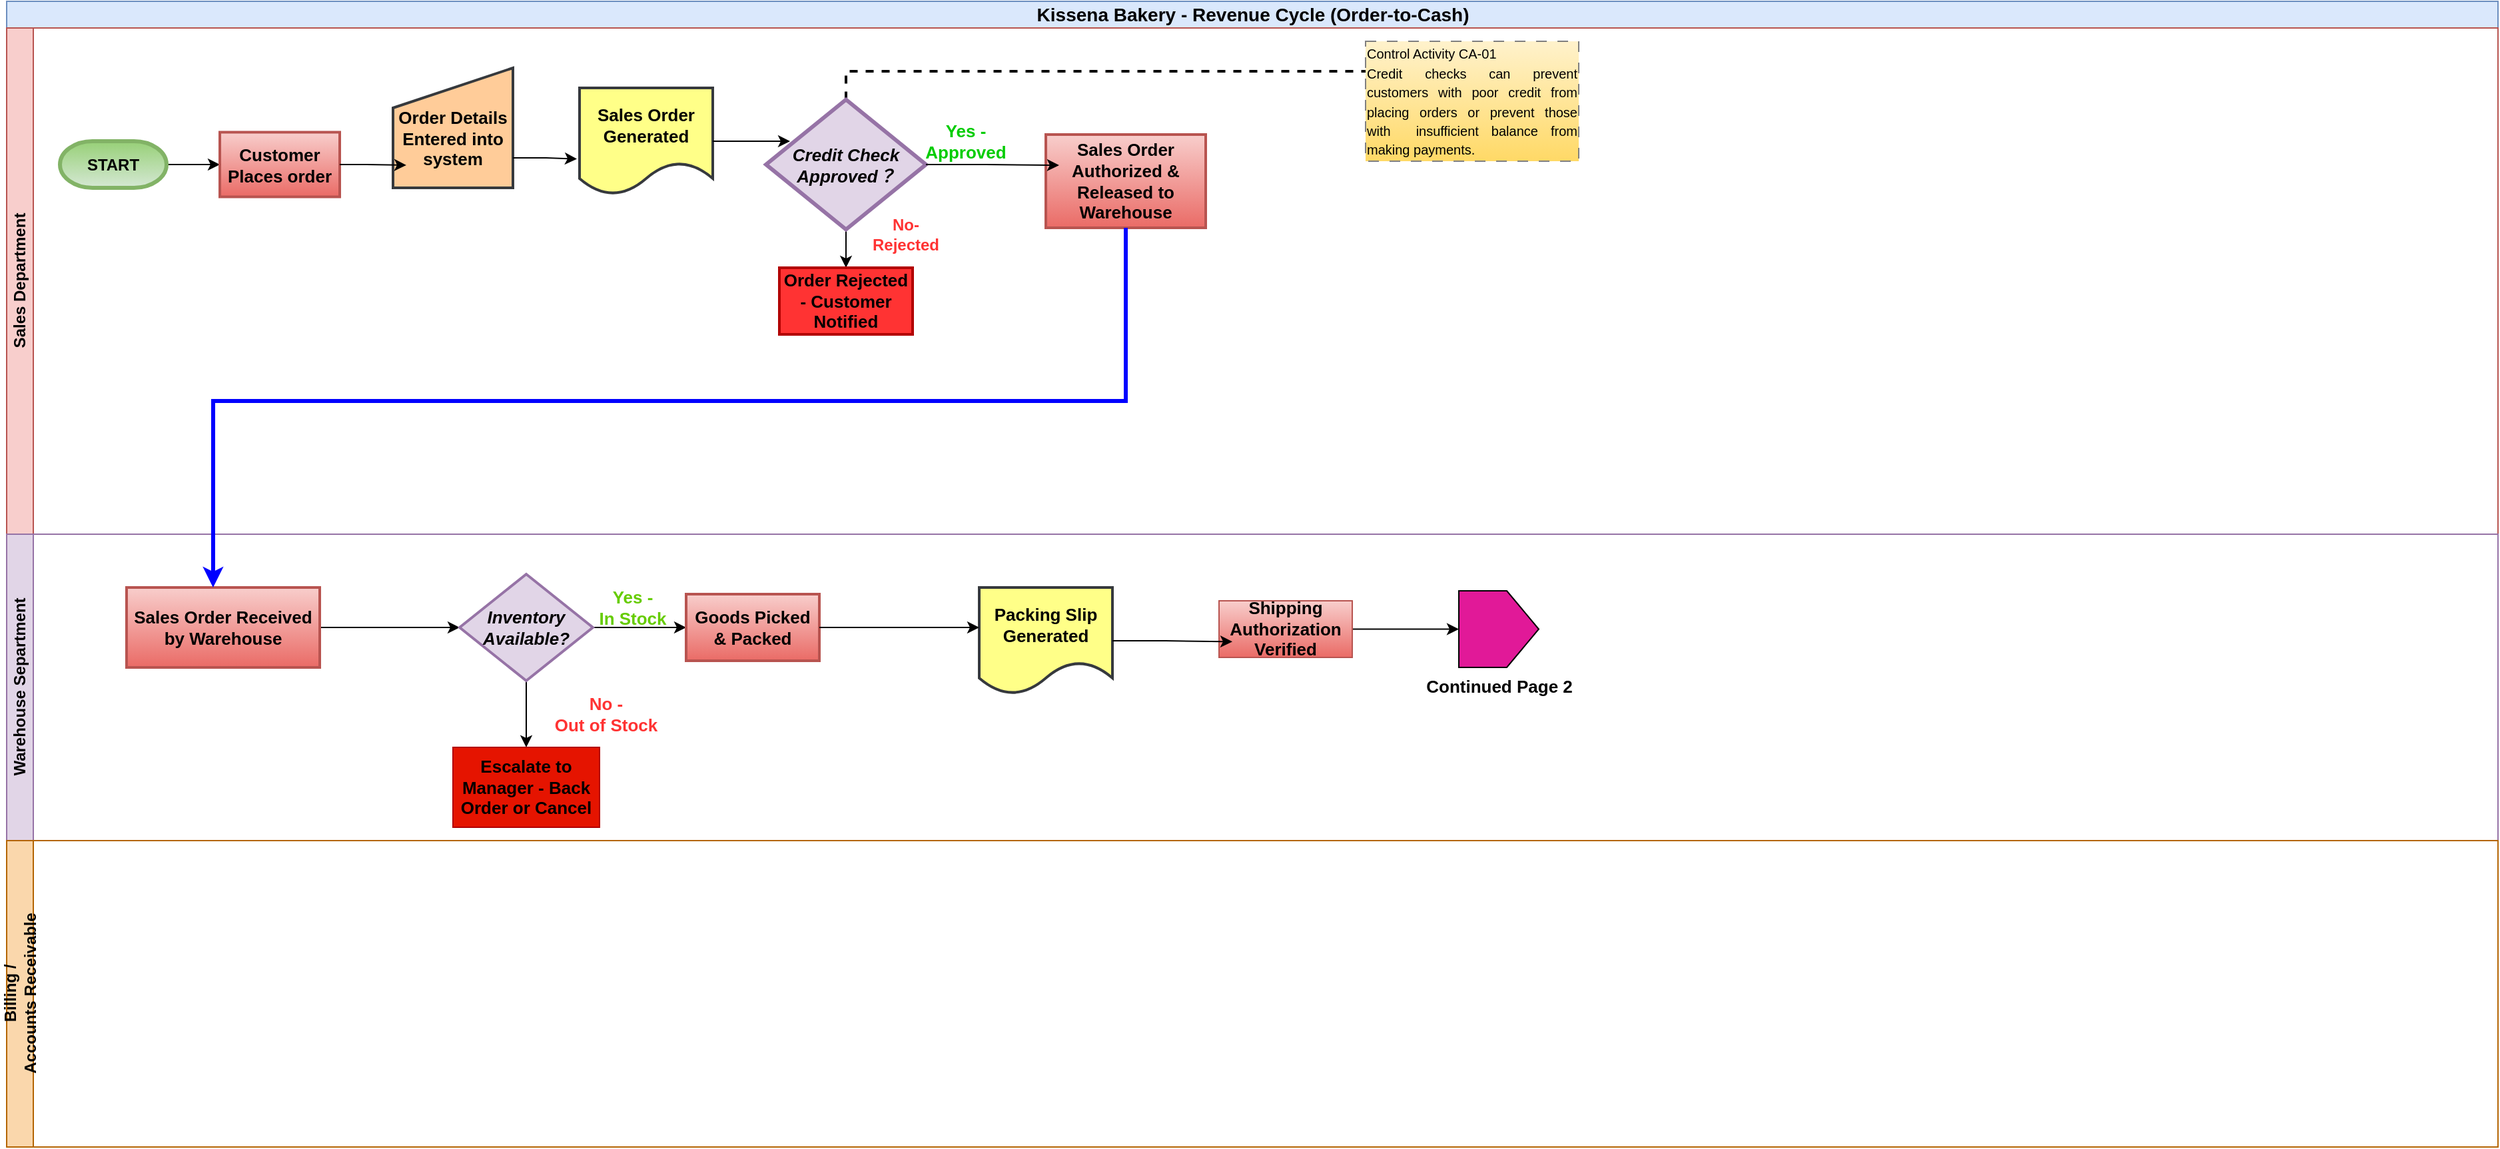
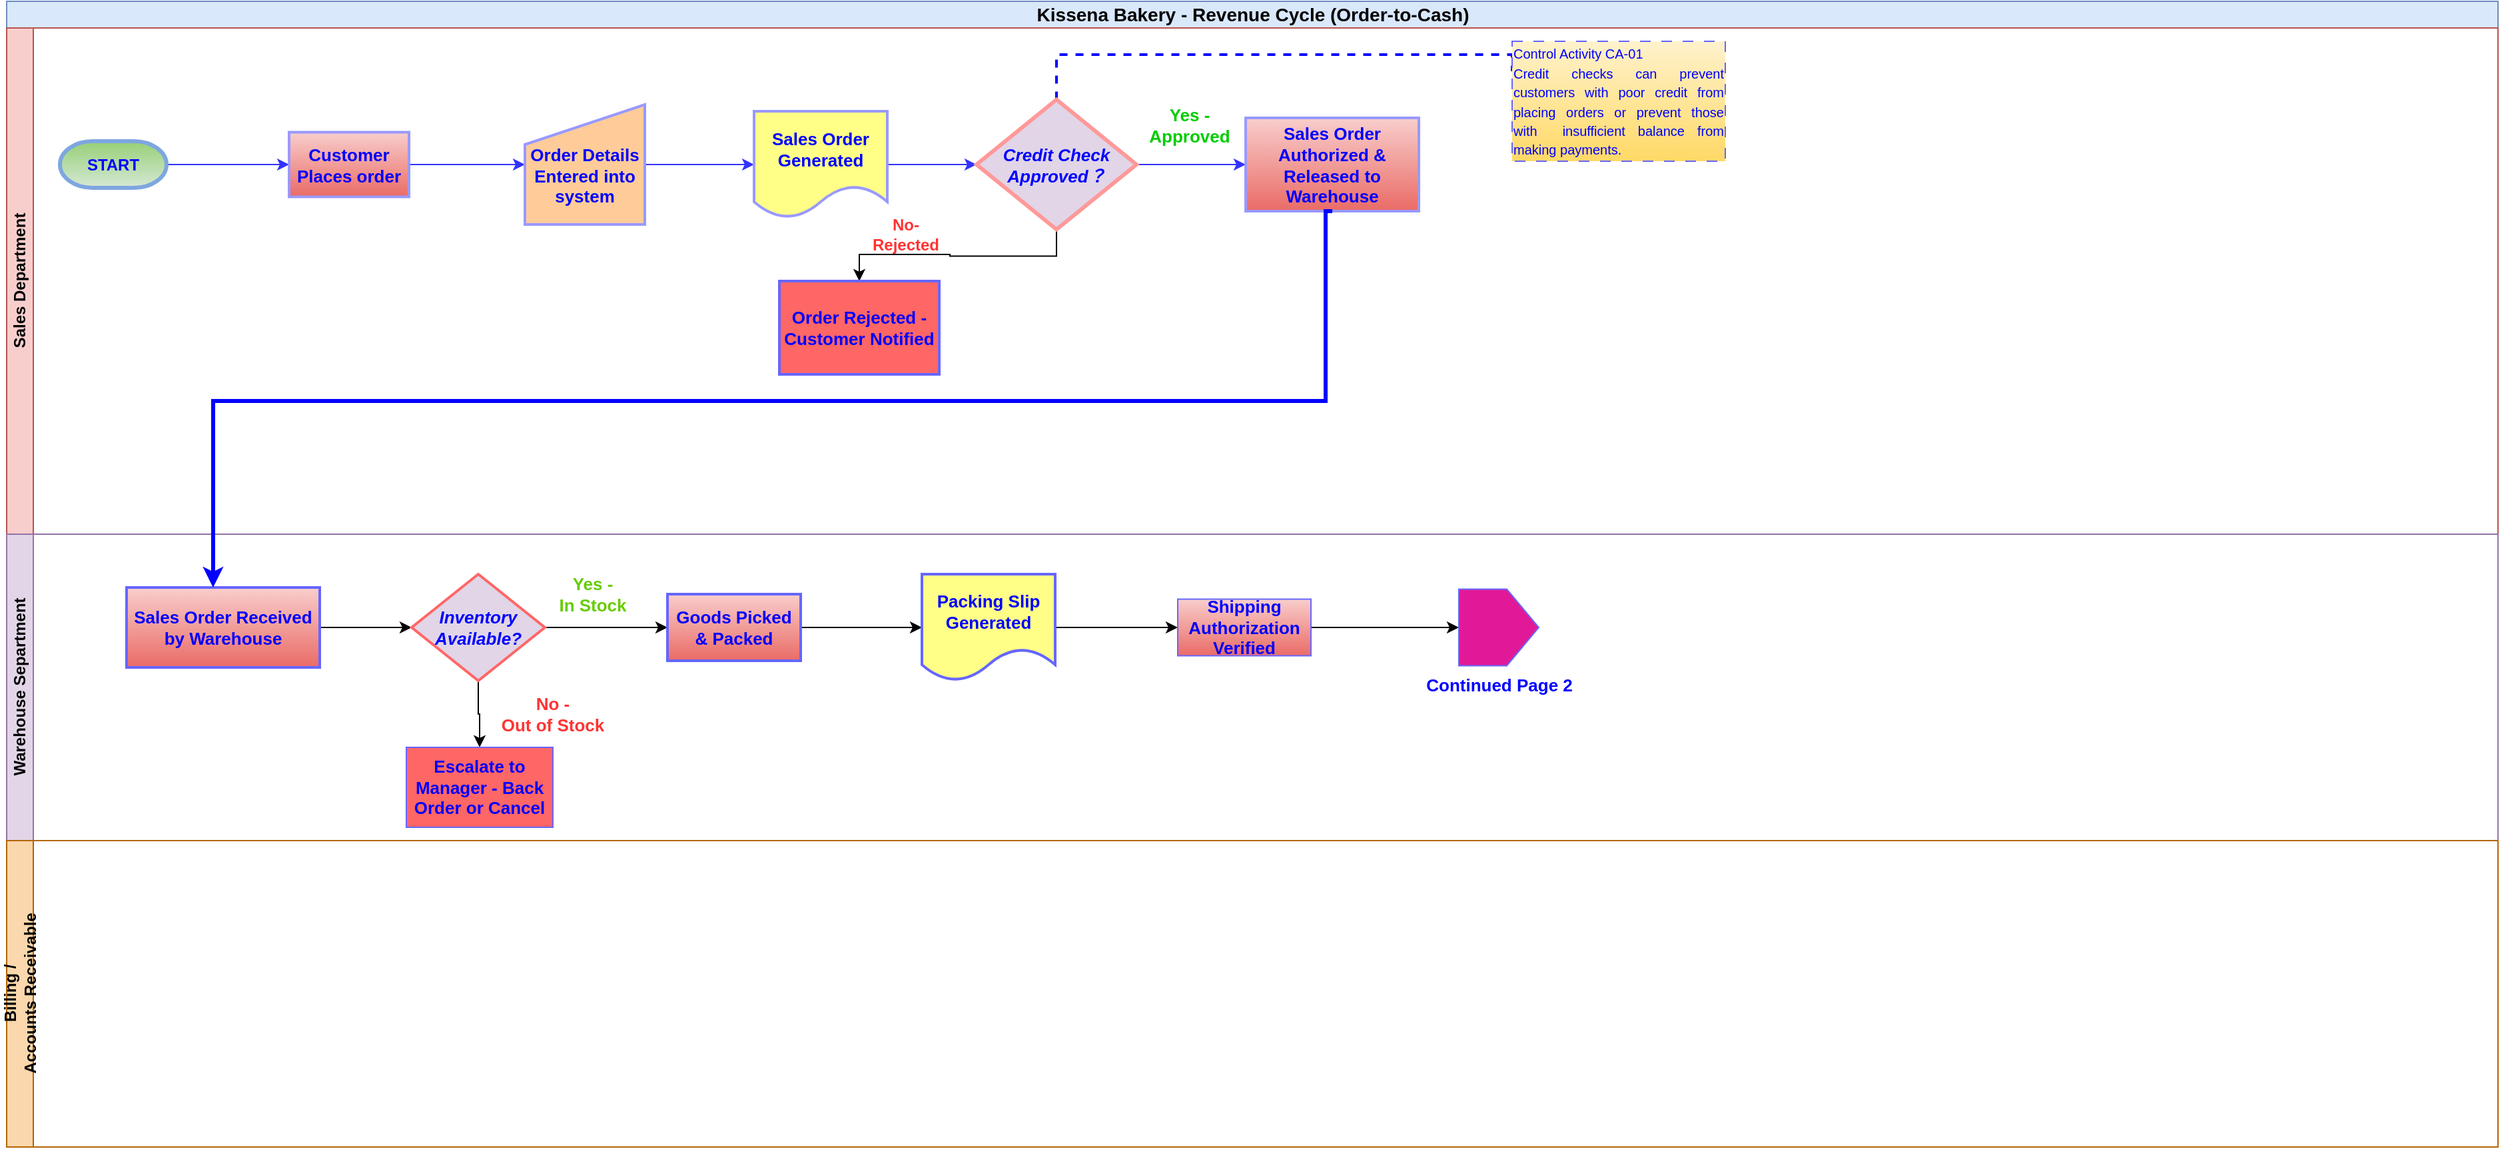
- <mxfile host="app.diagrams.net" agent="Mozilla/5.0 (Windows NT 10.0; Win64; x64) AppleWebKit/537.36 (KHTML, like Gecko) Chrome/145.0.0.0 Safari/537.36" version="29.6.1" pages="2">
+ <mxfile host="app.diagrams.net" agent="Mozilla/5.0 (Windows NT 10.0; Win64; x64) AppleWebKit/537.36 (KHTML, like Gecko) Chrome/145.0.0.0 Safari/537.36" version="29.6.3" pages="2">
  <diagram name="Page-1" id="klMabU_GDppZGB9yFFRy">
-     <mxGraphModel dx="2431" dy="874" grid="1" gridSize="10" guides="1" tooltips="1" connect="1" arrows="1" fold="1" page="1" pageScale="1" pageWidth="1100" pageHeight="850" math="0" shadow="0">
+     <mxGraphModel dx="3178" dy="1143" grid="1" gridSize="10" guides="1" tooltips="1" connect="1" arrows="1" fold="1" page="1" pageScale="1" pageWidth="1100" pageHeight="850" math="0" shadow="0">
      <root>
        <mxCell id="0" />
        <mxCell id="1" parent="0" />
        <mxCell id="0vQu63eh7_hz7IOFjZfk-1" parent="1" style="swimlane;childLayout=stackLayout;resizeParent=1;resizeParentMax=0;horizontal=1;startSize=20;horizontalStack=0;html=1;fillColor=#dae8fc;strokeColor=#6c8ebf;" value="&lt;div style=&quot;text-align: start;&quot;&gt;&lt;font style=&quot;font-size: 14px;&quot;&gt;Kissena Bakery - Revenue Cycle (Order-to-Cash)&lt;/font&gt;&lt;/div&gt;" vertex="1">
          <mxGeometry height="20" width="1870" x="80" y="30" as="geometry" />
        </mxCell>
        <mxCell id="0vQu63eh7_hz7IOFjZfk-2" parent="1" style="swimlane;startSize=20;horizontal=0;html=1;fillColor=#f8cecc;strokeColor=#b85450;" value="Sales Department" vertex="1">
          <mxGeometry height="380" width="1870" x="80" y="50" as="geometry">
            <mxRectangle height="30" width="610" y="20" as="alternateBounds" />
          </mxGeometry>
        </mxCell>
-         <mxCell id="0vQu63eh7_hz7IOFjZfk-43" edge="1" parent="0vQu63eh7_hz7IOFjZfk-2" source="0vQu63eh7_hz7IOFjZfk-10" style="edgeStyle=orthogonalEdgeStyle;rounded=0;orthogonalLoop=1;jettySize=auto;html=1;exitX=0;exitY=0.5;exitDx=0;exitDy=0;exitPerimeter=0;entryX=0;entryY=0.5;entryDx=0;entryDy=0;" target="0vQu63eh7_hz7IOFjZfk-15">
-           <mxGeometry relative="1" as="geometry" />
-         </mxCell>
-         <mxCell id="0vQu63eh7_hz7IOFjZfk-10" parent="0vQu63eh7_hz7IOFjZfk-2" style="strokeWidth=3;html=1;shape=mxgraph.flowchart.terminator;whiteSpace=wrap;direction=west;fillColor=#d5e8d4;gradientColor=#97d077;strokeColor=#82b366;" value="&lt;b&gt;START&lt;/b&gt;" vertex="1">
+         <mxCell id="0vQu63eh7_hz7IOFjZfk-43" edge="1" parent="0vQu63eh7_hz7IOFjZfk-2" source="0vQu63eh7_hz7IOFjZfk-10" style="edgeStyle=orthogonalEdgeStyle;rounded=0;orthogonalLoop=1;jettySize=auto;html=1;exitX=0;exitY=0.5;exitDx=0;exitDy=0;exitPerimeter=0;entryX=0;entryY=0.5;entryDx=0;entryDy=0;strokeColor=#3333FF;" target="0vQu63eh7_hz7IOFjZfk-15">
+           <mxGeometry relative="1" as="geometry" />
+         </mxCell>
+         <mxCell id="0vQu63eh7_hz7IOFjZfk-10" parent="0vQu63eh7_hz7IOFjZfk-2" style="strokeWidth=3;html=1;shape=mxgraph.flowchart.terminator;whiteSpace=wrap;direction=west;fillColor=#d5e8d4;gradientColor=#97d077;strokeColor=#7EA6E0;" value="&lt;b&gt;&lt;font style=&quot;color: rgb(0, 0, 255);&quot;&gt;START&lt;/font&gt;&lt;/b&gt;" vertex="1">
          <mxGeometry height="35" width="80" x="40" y="85" as="geometry" />
        </mxCell>
-         <mxCell id="0vQu63eh7_hz7IOFjZfk-15" parent="0vQu63eh7_hz7IOFjZfk-2" style="html=1;dashed=0;whiteSpace=wrap;strokeWidth=2;fillColor=#f8cecc;strokeColor=#b85450;gradientColor=#ea6b66;" value="&lt;font style=&quot;font-size: 13px;&quot;&gt;&lt;b&gt;Customer Places order&lt;/b&gt;&lt;/font&gt;" vertex="1">
-           <mxGeometry height="48.5" width="90" x="160" y="78.25" as="geometry" />
-         </mxCell>
-         <mxCell id="0vQu63eh7_hz7IOFjZfk-20" parent="0vQu63eh7_hz7IOFjZfk-2" style="shape=manualInput;whiteSpace=wrap;html=1;align=center;fillColor=#ffcc99;strokeColor=#36393d;strokeWidth=2;" value="&lt;div style=&quot;&quot;&gt;&lt;span style=&quot;background-color: transparent; color: light-dark(rgb(0, 0, 0), rgb(255, 255, 255));&quot;&gt;&lt;b&gt;&lt;font style=&quot;font-size: 13px;&quot;&gt;&lt;br&gt;&lt;/font&gt;&lt;/b&gt;&lt;/span&gt;&lt;/div&gt;&lt;div style=&quot;&quot;&gt;&lt;span style=&quot;background-color: transparent; color: light-dark(rgb(0, 0, 0), rgb(255, 255, 255));&quot;&gt;&lt;b&gt;&lt;font style=&quot;font-size: 13px;&quot;&gt;Order Details Entered into system&lt;/font&gt;&lt;/b&gt;&lt;/span&gt;&lt;/div&gt;" vertex="1">
-           <mxGeometry height="90" width="90" x="290" y="30" as="geometry" />
+         <mxCell id="46-Umk2mzS9Czotzx1H9-2" edge="1" parent="0vQu63eh7_hz7IOFjZfk-2" source="0vQu63eh7_hz7IOFjZfk-15" style="edgeStyle=orthogonalEdgeStyle;rounded=0;orthogonalLoop=1;jettySize=auto;html=1;exitX=1;exitY=0.5;exitDx=0;exitDy=0;entryX=0;entryY=0.5;entryDx=0;entryDy=0;strokeColor=#3333FF;" target="0vQu63eh7_hz7IOFjZfk-20">
+           <mxGeometry relative="1" as="geometry" />
+         </mxCell>
+         <mxCell id="0vQu63eh7_hz7IOFjZfk-15" parent="0vQu63eh7_hz7IOFjZfk-2" style="html=1;dashed=0;whiteSpace=wrap;strokeWidth=2;fillColor=#f8cecc;strokeColor=#9999FF;gradientColor=#ea6b66;" value="&lt;font style=&quot;font-size: 13px; color: rgb(0, 0, 255);&quot;&gt;&lt;b style=&quot;&quot;&gt;Customer Places order&lt;/b&gt;&lt;/font&gt;" vertex="1">
+           <mxGeometry height="48.5" width="90" x="212" y="78.25" as="geometry" />
+         </mxCell>
+         <mxCell id="46-Umk2mzS9Czotzx1H9-3" edge="1" parent="0vQu63eh7_hz7IOFjZfk-2" source="0vQu63eh7_hz7IOFjZfk-20" style="edgeStyle=orthogonalEdgeStyle;rounded=0;orthogonalLoop=1;jettySize=auto;html=1;exitX=1;exitY=0.5;exitDx=0;exitDy=0;entryX=0;entryY=0.5;entryDx=0;entryDy=0;strokeColor=#3333FF;" target="0vQu63eh7_hz7IOFjZfk-30">
+           <mxGeometry relative="1" as="geometry" />
+         </mxCell>
+         <mxCell id="0vQu63eh7_hz7IOFjZfk-20" parent="0vQu63eh7_hz7IOFjZfk-2" style="shape=manualInput;whiteSpace=wrap;html=1;align=center;fillColor=#ffcc99;strokeColor=#9999FF;strokeWidth=2;" value="&lt;div style=&quot;&quot;&gt;&lt;span style=&quot;background-color: transparent;&quot;&gt;&lt;b style=&quot;&quot;&gt;&lt;font style=&quot;font-size: 13px; color: rgb(0, 0, 255);&quot;&gt;&lt;br&gt;&lt;/font&gt;&lt;/b&gt;&lt;/span&gt;&lt;/div&gt;&lt;div style=&quot;&quot;&gt;&lt;span style=&quot;background-color: transparent;&quot;&gt;&lt;b style=&quot;&quot;&gt;&lt;font style=&quot;font-size: 13px; color: rgb(0, 0, 255);&quot;&gt;Order Details Entered into system&lt;/font&gt;&lt;/b&gt;&lt;/span&gt;&lt;/div&gt;" vertex="1">
+           <mxGeometry height="90" width="90" x="389" y="57.5" as="geometry" />
        </mxCell>
        <mxCell id="0vQu63eh7_hz7IOFjZfk-35" edge="1" parent="0vQu63eh7_hz7IOFjZfk-2" style="edgeStyle=orthogonalEdgeStyle;rounded=0;orthogonalLoop=1;jettySize=auto;html=1;exitX=0;exitY=0.5;exitDx=0;exitDy=0;">
          <mxGeometry relative="1" as="geometry">
            <mxPoint x="410" y="105" as="sourcePoint" />
            <mxPoint x="410" y="105" as="targetPoint" />
          </mxGeometry>
        </mxCell>
-         <mxCell id="0vQu63eh7_hz7IOFjZfk-30" parent="0vQu63eh7_hz7IOFjZfk-2" style="shape=document;whiteSpace=wrap;html=1;boundedLbl=1;strokeWidth=2;fillColor=#ffff88;strokeColor=#36393d;" value="&lt;font style=&quot;font-size: 13px;&quot;&gt;&lt;b&gt;Sales Order Generated&lt;/b&gt;&lt;/font&gt;" vertex="1">
-           <mxGeometry height="80" width="100" x="430" y="45" as="geometry" />
-         </mxCell>
-         <mxCell id="pGH0SQg9JUakCyH8bkGQ-28" edge="1" parent="0vQu63eh7_hz7IOFjZfk-2" source="0vQu63eh7_hz7IOFjZfk-34" style="edgeStyle=orthogonalEdgeStyle;rounded=0;orthogonalLoop=1;jettySize=auto;html=1;exitX=0.5;exitY=0;exitDx=0;exitDy=0;entryX=0;entryY=0.25;entryDx=0;entryDy=0;endArrow=none;endFill=0;dashed=1;strokeWidth=2;" target="pGH0SQg9JUakCyH8bkGQ-23">
-           <mxGeometry relative="1" as="geometry" />
+         <mxCell id="46-Umk2mzS9Czotzx1H9-4" edge="1" parent="0vQu63eh7_hz7IOFjZfk-2" source="0vQu63eh7_hz7IOFjZfk-30" style="edgeStyle=orthogonalEdgeStyle;rounded=0;orthogonalLoop=1;jettySize=auto;html=1;exitX=1;exitY=0.5;exitDx=0;exitDy=0;entryX=0;entryY=0.5;entryDx=0;entryDy=0;strokeColor=#3333FF;" target="0vQu63eh7_hz7IOFjZfk-34">
+           <mxGeometry relative="1" as="geometry" />
+         </mxCell>
+         <mxCell id="0vQu63eh7_hz7IOFjZfk-30" parent="0vQu63eh7_hz7IOFjZfk-2" style="shape=document;whiteSpace=wrap;html=1;boundedLbl=1;strokeWidth=2;fillColor=#ffff88;strokeColor=#9999FF;" value="&lt;font style=&quot;font-size: 13px; color: rgb(0, 0, 255);&quot;&gt;&lt;b&gt;Sales Order Generated&lt;/b&gt;&lt;/font&gt;" vertex="1">
+           <mxGeometry height="80" width="100" x="561" y="62.5" as="geometry" />
+         </mxCell>
+         <mxCell id="pGH0SQg9JUakCyH8bkGQ-28" edge="1" parent="0vQu63eh7_hz7IOFjZfk-2" source="0vQu63eh7_hz7IOFjZfk-34" style="edgeStyle=orthogonalEdgeStyle;rounded=0;orthogonalLoop=1;jettySize=auto;html=1;exitX=0.5;exitY=0;exitDx=0;exitDy=0;entryX=0;entryY=0.25;entryDx=0;entryDy=0;endArrow=none;endFill=0;dashed=1;strokeWidth=2;strokeColor=#0000FF;" target="pGH0SQg9JUakCyH8bkGQ-23">
+           <mxGeometry relative="1" as="geometry">
+             <Array as="points">
+               <mxPoint x="788" y="20" />
+               <mxPoint x="1130" y="20" />
+             </Array>
+           </mxGeometry>
        </mxCell>
        <mxCell id="DywWvH4VDf4e1SjyT3sU-2" edge="1" parent="0vQu63eh7_hz7IOFjZfk-2" source="0vQu63eh7_hz7IOFjZfk-34" style="edgeStyle=orthogonalEdgeStyle;rounded=0;orthogonalLoop=1;jettySize=auto;html=1;exitX=0.5;exitY=1;exitDx=0;exitDy=0;entryX=0.5;entryY=0;entryDx=0;entryDy=0;" target="0vQu63eh7_hz7IOFjZfk-65">
          <mxGeometry relative="1" as="geometry" />
        </mxCell>
-         <mxCell id="0vQu63eh7_hz7IOFjZfk-34" parent="0vQu63eh7_hz7IOFjZfk-2" style="rhombus;whiteSpace=wrap;html=1;fillColor=#e1d5e7;strokeColor=#9673a6;strokeWidth=3;" value="&lt;font style=&quot;font-size: 13px;&quot;&gt;&lt;b&gt;&lt;i&gt;Credit Check Approved？&lt;/i&gt;&lt;/b&gt;&lt;/font&gt;" vertex="1">
-           <mxGeometry height="97.5" width="120" x="570" y="53.75" as="geometry" />
+         <mxCell id="46-Umk2mzS9Czotzx1H9-5" edge="1" parent="0vQu63eh7_hz7IOFjZfk-2" source="0vQu63eh7_hz7IOFjZfk-34" style="edgeStyle=orthogonalEdgeStyle;rounded=0;orthogonalLoop=1;jettySize=auto;html=1;exitX=1;exitY=0.5;exitDx=0;exitDy=0;entryX=0;entryY=0.5;entryDx=0;entryDy=0;strokeColor=#3333FF;" target="0vQu63eh7_hz7IOFjZfk-67">
+           <mxGeometry relative="1" as="geometry" />
+         </mxCell>
+         <mxCell id="0vQu63eh7_hz7IOFjZfk-34" parent="0vQu63eh7_hz7IOFjZfk-2" style="rhombus;whiteSpace=wrap;html=1;fillColor=#e1d5e7;strokeColor=#FF9999;strokeWidth=3;" value="&lt;font style=&quot;font-size: 13px; color: rgb(0, 0, 255);&quot;&gt;&lt;b&gt;&lt;i&gt;Credit Check Approved？&lt;/i&gt;&lt;/b&gt;&lt;/font&gt;" vertex="1">
+           <mxGeometry height="97.5" width="120" x="728" y="53.75" as="geometry" />
        </mxCell>
        <mxCell id="0vQu63eh7_hz7IOFjZfk-60" parent="0vQu63eh7_hz7IOFjZfk-2" style="text;html=1;whiteSpace=wrap;strokeColor=none;fillColor=none;align=center;verticalAlign=middle;rounded=0;fontColor=#00CC00;" value="&lt;font style=&quot;font-size: 13px;&quot;&gt;&lt;b style=&quot;&quot;&gt;Yes - Approved&lt;/b&gt;&lt;/font&gt;" vertex="1">
-           <mxGeometry height="30" width="80" x="680" y="70" as="geometry" />
-         </mxCell>
-         <mxCell id="0vQu63eh7_hz7IOFjZfk-65" parent="0vQu63eh7_hz7IOFjZfk-2" style="html=1;dashed=0;whiteSpace=wrap;strokeWidth=2;fillColor=light-dark(#FF3333,#FF9281);strokeColor=#B20000;fontColor=#ffffff;fontStyle=1" value="&lt;font style=&quot;font-size: 13px; color: rgb(0, 0, 0);&quot;&gt;&lt;span&gt;Order Rejected - Customer Notified&lt;/span&gt;&lt;/font&gt;" vertex="1">
-           <mxGeometry height="50" width="100" x="580" y="180" as="geometry" />
-         </mxCell>
-         <mxCell id="0vQu63eh7_hz7IOFjZfk-67" parent="0vQu63eh7_hz7IOFjZfk-2" style="html=1;dashed=0;whiteSpace=wrap;fillColor=#f8cecc;gradientColor=#ea6b66;strokeColor=#b85450;strokeWidth=2;" value="&lt;font style=&quot;font-size: 13px;&quot;&gt;&lt;b&gt;Sales Order Authorized &amp;amp; Released to Warehouse&lt;/b&gt;&lt;/font&gt;" vertex="1">
-           <mxGeometry height="70" width="120" x="780" y="80" as="geometry" />
-         </mxCell>
-         <mxCell id="pGH0SQg9JUakCyH8bkGQ-5" edge="1" parent="0vQu63eh7_hz7IOFjZfk-2" source="0vQu63eh7_hz7IOFjZfk-20" style="edgeStyle=orthogonalEdgeStyle;rounded=0;orthogonalLoop=1;jettySize=auto;html=1;exitX=1;exitY=0.75;exitDx=0;exitDy=0;entryX=-0.02;entryY=0.666;entryDx=0;entryDy=0;entryPerimeter=0;" target="0vQu63eh7_hz7IOFjZfk-30">
-           <mxGeometry relative="1" as="geometry" />
-         </mxCell>
-         <mxCell id="pGH0SQg9JUakCyH8bkGQ-8" edge="1" parent="0vQu63eh7_hz7IOFjZfk-2" source="0vQu63eh7_hz7IOFjZfk-34" style="edgeStyle=orthogonalEdgeStyle;rounded=0;orthogonalLoop=1;jettySize=auto;html=1;exitX=1;exitY=0.5;exitDx=0;exitDy=0;entryX=0.083;entryY=0.329;entryDx=0;entryDy=0;entryPerimeter=0;" target="0vQu63eh7_hz7IOFjZfk-67">
-           <mxGeometry relative="1" as="geometry" />
-         </mxCell>
-         <mxCell id="pGH0SQg9JUakCyH8bkGQ-14" edge="1" parent="0vQu63eh7_hz7IOFjZfk-2" source="0vQu63eh7_hz7IOFjZfk-30" style="edgeStyle=orthogonalEdgeStyle;rounded=0;orthogonalLoop=1;jettySize=auto;html=1;exitX=1;exitY=0.5;exitDx=0;exitDy=0;entryX=0.15;entryY=0.321;entryDx=0;entryDy=0;entryPerimeter=0;" target="0vQu63eh7_hz7IOFjZfk-34">
-           <mxGeometry relative="1" as="geometry" />
-         </mxCell>
-         <mxCell id="pGH0SQg9JUakCyH8bkGQ-21" edge="1" parent="0vQu63eh7_hz7IOFjZfk-2" source="0vQu63eh7_hz7IOFjZfk-15" style="edgeStyle=orthogonalEdgeStyle;rounded=0;orthogonalLoop=1;jettySize=auto;html=1;exitX=1;exitY=0.5;exitDx=0;exitDy=0;entryX=0.111;entryY=0.811;entryDx=0;entryDy=0;entryPerimeter=0;" target="0vQu63eh7_hz7IOFjZfk-20">
-           <mxGeometry relative="1" as="geometry" />
-         </mxCell>
-         <mxCell id="pGH0SQg9JUakCyH8bkGQ-23" parent="0vQu63eh7_hz7IOFjZfk-2" style="html=1;dashed=1;whiteSpace=wrap;dashPattern=8 8;fillColor=#fff2cc;gradientColor=#ffd966;strokeColor=light-dark(#808080,#6D5100);strokeWidth=1;" value="&lt;div style=&quot;text-align: justify;&quot;&gt;&lt;span style=&quot;font-size: 10px; background-color: transparent; color: light-dark(rgb(0, 0, 0), rgb(255, 255, 255));&quot;&gt;Control Activity&amp;nbsp;CA-01&lt;/span&gt;&lt;/div&gt;&lt;font style=&quot;&quot;&gt;&lt;div style=&quot;text-align: justify;&quot;&gt;&lt;span style=&quot;font-size: 10px; background-color: transparent; color: light-dark(rgb(0, 0, 0), rgb(255, 255, 255));&quot;&gt;Credit checks can prevent customers with poor credit from placing orders or prevent those with&amp;nbsp; insufficient balance from making payments.&lt;/span&gt;&lt;/div&gt;&lt;/font&gt;" vertex="1">
-           <mxGeometry height="90" width="160" x="1020" y="10" as="geometry" />
+           <mxGeometry height="30" width="80" x="848" y="57.5" as="geometry" />
+         </mxCell>
+         <mxCell id="0vQu63eh7_hz7IOFjZfk-65" parent="0vQu63eh7_hz7IOFjZfk-2" style="html=1;dashed=0;whiteSpace=wrap;strokeWidth=2;fillColor=light-dark(#FF6666,#FF3333);strokeColor=#6666FF;fontColor=#ffffff;fontStyle=1" value="&lt;font style=&quot;font-size: 13px; color: rgb(0, 0, 255);&quot;&gt;Order Rejected - Customer Notified&lt;/font&gt;" vertex="1">
+           <mxGeometry height="70" width="120" x="580" y="190" as="geometry" />
+         </mxCell>
+         <mxCell id="0vQu63eh7_hz7IOFjZfk-67" parent="0vQu63eh7_hz7IOFjZfk-2" style="html=1;dashed=0;whiteSpace=wrap;fillColor=#f8cecc;gradientColor=#ea6b66;strokeColor=#9999FF;strokeWidth=2;" value="&lt;font style=&quot;font-size: 13px; color: rgb(0, 0, 255);&quot;&gt;&lt;b&gt;Sales Order Authorized &amp;amp; Released to Warehouse&lt;/b&gt;&lt;/font&gt;" vertex="1">
+           <mxGeometry height="70" width="130" x="930" y="67.5" as="geometry" />
+         </mxCell>
+         <mxCell id="pGH0SQg9JUakCyH8bkGQ-23" parent="0vQu63eh7_hz7IOFjZfk-2" style="html=1;dashed=1;whiteSpace=wrap;dashPattern=8 8;fillColor=#fff2cc;gradientColor=#ffd966;strokeColor=light-dark(#6666FF,#6D5100);strokeWidth=1;" value="&lt;div style=&quot;text-align: justify;&quot;&gt;&lt;span style=&quot;font-size: 10px; background-color: transparent;&quot;&gt;&lt;font style=&quot;color: rgb(0, 0, 255);&quot;&gt;Control Activity&amp;nbsp;CA-01&lt;/font&gt;&lt;/span&gt;&lt;/div&gt;&lt;font style=&quot;color: rgb(0, 0, 255);&quot;&gt;&lt;div style=&quot;text-align: justify;&quot;&gt;&lt;span style=&quot;font-size: 10px; background-color: transparent;&quot;&gt;Credit checks can prevent customers with poor credit from placing orders or prevent those with&amp;nbsp; insufficient balance from making payments.&lt;/span&gt;&lt;/div&gt;&lt;/font&gt;" vertex="1">
+           <mxGeometry height="90" width="160" x="1130" y="10" as="geometry" />
        </mxCell>
        <mxCell id="DywWvH4VDf4e1SjyT3sU-3" parent="0vQu63eh7_hz7IOFjZfk-2" style="text;html=1;whiteSpace=wrap;strokeColor=none;fillColor=none;align=center;verticalAlign=middle;rounded=0;fontSize=12;fontStyle=1;fontColor=#FF3333;" value="&lt;span&gt;&lt;font style=&quot;&quot;&gt;No-Rejected&lt;/font&gt;&lt;/span&gt;" vertex="1">
          <mxGeometry height="30" width="70" x="640" y="140" as="geometry" />
        </mxCell>
        <mxCell id="0vQu63eh7_hz7IOFjZfk-3" parent="1" style="swimlane;startSize=20;horizontal=0;html=1;fillColor=#e1d5e7;strokeColor=#9673a6;" value="Warehouse Separtment" vertex="1">
          <mxGeometry height="230" width="1870" x="80" y="430" as="geometry" />
        </mxCell>
        <mxCell id="pGH0SQg9JUakCyH8bkGQ-32" edge="1" parent="0vQu63eh7_hz7IOFjZfk-3" source="0vQu63eh7_hz7IOFjZfk-73" style="edgeStyle=orthogonalEdgeStyle;rounded=0;orthogonalLoop=1;jettySize=auto;html=1;exitX=1;exitY=0.5;exitDx=0;exitDy=0;entryX=0;entryY=0.5;entryDx=0;entryDy=0;" target="0vQu63eh7_hz7IOFjZfk-92">
          <mxGeometry relative="1" as="geometry" />
        </mxCell>
-         <mxCell id="0vQu63eh7_hz7IOFjZfk-73" parent="0vQu63eh7_hz7IOFjZfk-3" style="html=1;dashed=0;whiteSpace=wrap;fillColor=#f8cecc;gradientColor=#ea6b66;strokeColor=#b85450;strokeWidth=2;" value="&lt;font style=&quot;font-size: 13px;&quot;&gt;&lt;b&gt;Sales Order Received by Warehouse&lt;/b&gt;&lt;/font&gt;" vertex="1">
+         <mxCell id="0vQu63eh7_hz7IOFjZfk-73" parent="0vQu63eh7_hz7IOFjZfk-3" style="html=1;dashed=0;whiteSpace=wrap;fillColor=#f8cecc;gradientColor=#ea6b66;strokeColor=#6666FF;strokeWidth=2;" value="&lt;font style=&quot;font-size: 13px; color: rgb(0, 0, 255);&quot;&gt;&lt;b&gt;Sales Order Received by Warehouse&lt;/b&gt;&lt;/font&gt;" vertex="1">
          <mxGeometry height="60" width="145" x="90" y="40" as="geometry" />
        </mxCell>
        <mxCell id="pGH0SQg9JUakCyH8bkGQ-31" edge="1" parent="0vQu63eh7_hz7IOFjZfk-3" source="0vQu63eh7_hz7IOFjZfk-92" style="edgeStyle=orthogonalEdgeStyle;rounded=0;orthogonalLoop=1;jettySize=auto;html=1;exitX=1;exitY=0.5;exitDx=0;exitDy=0;entryX=0;entryY=0.5;entryDx=0;entryDy=0;" target="0vQu63eh7_hz7IOFjZfk-106">
          <mxGeometry relative="1" as="geometry" />
        </mxCell>
        <mxCell id="pGH0SQg9JUakCyH8bkGQ-34" edge="1" parent="0vQu63eh7_hz7IOFjZfk-3" source="0vQu63eh7_hz7IOFjZfk-92" style="edgeStyle=orthogonalEdgeStyle;rounded=0;orthogonalLoop=1;jettySize=auto;html=1;exitX=0.5;exitY=1;exitDx=0;exitDy=0;entryX=0.5;entryY=0;entryDx=0;entryDy=0;" target="0vQu63eh7_hz7IOFjZfk-96">
          <mxGeometry relative="1" as="geometry" />
        </mxCell>
-         <mxCell id="0vQu63eh7_hz7IOFjZfk-92" parent="0vQu63eh7_hz7IOFjZfk-3" style="rhombus;whiteSpace=wrap;html=1;fillColor=#e1d5e7;strokeColor=#9673a6;strokeWidth=2;" value="&lt;font style=&quot;font-size: 13px;&quot;&gt;&lt;b&gt;&lt;i&gt;Inventory Available?&lt;/i&gt;&lt;/b&gt;&lt;/font&gt;" vertex="1">
-           <mxGeometry height="80" width="100" x="340" y="30" as="geometry" />
-         </mxCell>
-         <mxCell id="0vQu63eh7_hz7IOFjZfk-96" parent="0vQu63eh7_hz7IOFjZfk-3" style="html=1;dashed=0;whiteSpace=wrap;fillColor=#e51400;strokeColor=#B20000;fontColor=#ffffff;" value="&lt;b&gt;&lt;font style=&quot;font-size: 13px; color: rgb(0, 0, 0);&quot;&gt;Escalate to Manager - Back Order or Cancel&lt;/font&gt;&lt;/b&gt;" vertex="1">
-           <mxGeometry height="60" width="110" x="335" y="160" as="geometry" />
-         </mxCell>
-         <mxCell id="0vQu63eh7_hz7IOFjZfk-106" parent="0vQu63eh7_hz7IOFjZfk-3" style="html=1;dashed=0;whiteSpace=wrap;strokeWidth=2;fillColor=#f8cecc;gradientColor=#ea6b66;strokeColor=#b85450;" value="&lt;font style=&quot;font-size: 13px;&quot;&gt;&lt;b&gt;Goods Picked &amp;amp; Packed&lt;/b&gt;&lt;/font&gt;" vertex="1">
-           <mxGeometry height="50" width="100" x="510" y="45" as="geometry" />
-         </mxCell>
-         <mxCell id="0vQu63eh7_hz7IOFjZfk-108" parent="0vQu63eh7_hz7IOFjZfk-3" style="text;html=1;whiteSpace=wrap;strokeColor=none;fillColor=none;align=center;verticalAlign=middle;rounded=0;fontColor=light-dark(#66CC00,#32B532);" value="&lt;b&gt;&lt;font style=&quot;font-size: 13px;&quot;&gt;Yes - &lt;br&gt;In Stock&lt;/font&gt;&lt;/b&gt;" vertex="1">
-           <mxGeometry height="30" width="60" x="440" y="40" as="geometry" />
-         </mxCell>
-         <mxCell id="0vQu63eh7_hz7IOFjZfk-110" parent="0vQu63eh7_hz7IOFjZfk-3" style="shape=document;whiteSpace=wrap;html=1;boundedLbl=1;strokeWidth=2;fillColor=#ffff88;strokeColor=#36393d;" value="&lt;font style=&quot;font-size: 13px;&quot;&gt;&lt;b&gt;Packing Slip Generated&lt;/b&gt;&lt;/font&gt;" vertex="1">
-           <mxGeometry height="80" width="100" x="730" y="40" as="geometry" />
-         </mxCell>
-         <mxCell id="0vQu63eh7_hz7IOFjZfk-111" edge="1" parent="0vQu63eh7_hz7IOFjZfk-3" source="0vQu63eh7_hz7IOFjZfk-106" style="edgeStyle=orthogonalEdgeStyle;rounded=0;orthogonalLoop=1;jettySize=auto;html=1;exitX=1;exitY=0.5;exitDx=0;exitDy=0;entryX=0;entryY=0.375;entryDx=0;entryDy=0;entryPerimeter=0;" target="0vQu63eh7_hz7IOFjZfk-110">
-           <mxGeometry relative="1" as="geometry" />
-         </mxCell>
-         <mxCell id="pGH0SQg9JUakCyH8bkGQ-33" edge="1" parent="0vQu63eh7_hz7IOFjZfk-3" source="0vQu63eh7_hz7IOFjZfk-112" style="edgeStyle=orthogonalEdgeStyle;rounded=0;orthogonalLoop=1;jettySize=auto;html=1;exitX=1;exitY=0.5;exitDx=0;exitDy=0;entryX=0.5;entryY=0;entryDx=0;entryDy=0;" target="0vQu63eh7_hz7IOFjZfk-126">
-           <mxGeometry relative="1" as="geometry" />
-         </mxCell>
-         <mxCell id="0vQu63eh7_hz7IOFjZfk-112" parent="0vQu63eh7_hz7IOFjZfk-3" style="html=1;dashed=0;whiteSpace=wrap;strokeColor=#b85450;fillColor=#f8cecc;gradientColor=#ea6b66;fontStyle=1" value="&lt;font style=&quot;font-size: 13px;&quot;&gt;Shipping Authorization Verified&lt;/font&gt;" vertex="1">
-           <mxGeometry height="42.5" width="100" x="910" y="50" as="geometry" />
-         </mxCell>
-         <mxCell id="V9U6rESxrt3OXlLc4n6N-1" edge="1" parent="0vQu63eh7_hz7IOFjZfk-3" source="0vQu63eh7_hz7IOFjZfk-110" style="edgeStyle=orthogonalEdgeStyle;rounded=0;orthogonalLoop=1;jettySize=auto;html=1;exitX=1;exitY=0.5;exitDx=0;exitDy=0;entryX=0.1;entryY=0.722;entryDx=0;entryDy=0;entryPerimeter=0;" target="0vQu63eh7_hz7IOFjZfk-112">
-           <mxGeometry relative="1" as="geometry" />
+         <mxCell id="0vQu63eh7_hz7IOFjZfk-92" parent="0vQu63eh7_hz7IOFjZfk-3" style="rhombus;whiteSpace=wrap;html=1;fillColor=#e1d5e7;strokeColor=light-dark(#FF6666,#FF3333);strokeWidth=2;" value="&lt;font style=&quot;font-size: 13px; color: rgb(0, 0, 255);&quot;&gt;&lt;b&gt;&lt;i&gt;Inventory Available?&lt;/i&gt;&lt;/b&gt;&lt;/font&gt;" vertex="1">
+           <mxGeometry height="80" width="100" x="304" y="30" as="geometry" />
+         </mxCell>
+         <mxCell id="0vQu63eh7_hz7IOFjZfk-96" parent="0vQu63eh7_hz7IOFjZfk-3" style="html=1;dashed=0;whiteSpace=wrap;fillColor=#FF6666;strokeColor=#6666FF;fontColor=#ffffff;" value="&lt;b&gt;&lt;font style=&quot;font-size: 13px; color: rgb(0, 0, 255);&quot;&gt;Escalate to Manager - Back Order or Cancel&lt;/font&gt;&lt;/b&gt;" vertex="1">
+           <mxGeometry height="60" width="110" x="300" y="160" as="geometry" />
+         </mxCell>
+         <mxCell id="46-Umk2mzS9Czotzx1H9-6" edge="1" parent="0vQu63eh7_hz7IOFjZfk-3" source="0vQu63eh7_hz7IOFjZfk-106" style="edgeStyle=orthogonalEdgeStyle;rounded=0;orthogonalLoop=1;jettySize=auto;html=1;exitX=1;exitY=0.5;exitDx=0;exitDy=0;entryX=0;entryY=0.5;entryDx=0;entryDy=0;" target="0vQu63eh7_hz7IOFjZfk-110">
+           <mxGeometry relative="1" as="geometry" />
+         </mxCell>
+         <mxCell id="0vQu63eh7_hz7IOFjZfk-106" parent="0vQu63eh7_hz7IOFjZfk-3" style="html=1;dashed=0;whiteSpace=wrap;strokeWidth=2;fillColor=#f8cecc;gradientColor=#ea6b66;strokeColor=#6666FF;" value="&lt;font style=&quot;font-size: 13px; color: rgb(0, 0, 255);&quot;&gt;&lt;b&gt;Goods Picked &amp;amp; Packed&lt;/b&gt;&lt;/font&gt;" vertex="1">
+           <mxGeometry height="50" width="100" x="496" y="45" as="geometry" />
+         </mxCell>
+         <mxCell id="46-Umk2mzS9Czotzx1H9-8" edge="1" parent="0vQu63eh7_hz7IOFjZfk-3" source="0vQu63eh7_hz7IOFjZfk-110" style="edgeStyle=orthogonalEdgeStyle;rounded=0;orthogonalLoop=1;jettySize=auto;html=1;exitX=1;exitY=0.5;exitDx=0;exitDy=0;entryX=0;entryY=0.5;entryDx=0;entryDy=0;" target="0vQu63eh7_hz7IOFjZfk-112">
+           <mxGeometry relative="1" as="geometry" />
+         </mxCell>
+         <mxCell id="0vQu63eh7_hz7IOFjZfk-110" parent="0vQu63eh7_hz7IOFjZfk-3" style="shape=document;whiteSpace=wrap;html=1;boundedLbl=1;strokeWidth=2;fillColor=#ffff88;strokeColor=#6666FF;" value="&lt;font style=&quot;font-size: 13px; color: rgb(0, 0, 255);&quot;&gt;&lt;b&gt;Packing Slip Generated&lt;/b&gt;&lt;/font&gt;" vertex="1">
+           <mxGeometry height="80" width="100" x="687" y="30" as="geometry" />
+         </mxCell>
+         <mxCell id="46-Umk2mzS9Czotzx1H9-9" edge="1" parent="0vQu63eh7_hz7IOFjZfk-3" source="0vQu63eh7_hz7IOFjZfk-112" style="edgeStyle=orthogonalEdgeStyle;rounded=0;orthogonalLoop=1;jettySize=auto;html=1;exitX=1;exitY=0.5;exitDx=0;exitDy=0;entryX=0.5;entryY=0;entryDx=0;entryDy=0;" target="0vQu63eh7_hz7IOFjZfk-126">
+           <mxGeometry relative="1" as="geometry" />
+         </mxCell>
+         <mxCell id="0vQu63eh7_hz7IOFjZfk-112" parent="0vQu63eh7_hz7IOFjZfk-3" style="html=1;dashed=0;whiteSpace=wrap;strokeColor=#6666FF;fillColor=#f8cecc;gradientColor=#ea6b66;fontStyle=1" value="&lt;font style=&quot;font-size: 13px; color: rgb(0, 0, 255);&quot;&gt;Shipping Authorization Verified&lt;/font&gt;" vertex="1">
+           <mxGeometry height="42.5" width="100" x="879" y="48.75" as="geometry" />
        </mxCell>
        <mxCell id="0vQu63eh7_hz7IOFjZfk-98" parent="0vQu63eh7_hz7IOFjZfk-3" style="text;html=1;whiteSpace=wrap;strokeColor=none;fillColor=none;align=center;verticalAlign=middle;rounded=0;fontColor=#FF3333;" value="&lt;font style=&quot;font-size: 13px;&quot;&gt;&lt;b&gt;No - &lt;br&gt;Out of Stock&lt;/b&gt;&lt;/font&gt;" vertex="1">
-           <mxGeometry height="30" width="80" x="410" y="120" as="geometry" />
-         </mxCell>
-         <mxCell id="0vQu63eh7_hz7IOFjZfk-126" parent="0vQu63eh7_hz7IOFjZfk-3" style="verticalLabelPosition=bottom;verticalAlign=top;html=1;shape=offPageConnector;rounded=0;size=0.4;fillColor=light-dark(#e11998, #ededed);direction=north;" value="&lt;font style=&quot;font-size: 13px;&quot;&gt;&lt;b&gt;Continued Page 2&lt;/b&gt;&lt;/font&gt;" vertex="1">
-           <mxGeometry height="57.5" width="60" x="1090" y="42.5" as="geometry" />
+           <mxGeometry height="30" width="80" x="370" y="120" as="geometry" />
+         </mxCell>
+         <mxCell id="0vQu63eh7_hz7IOFjZfk-126" parent="0vQu63eh7_hz7IOFjZfk-3" style="verticalLabelPosition=bottom;verticalAlign=top;html=1;shape=offPageConnector;rounded=0;size=0.4;fillColor=light-dark(#e11998, #ededed);direction=north;strokeColor=#6666FF;" value="&lt;font style=&quot;font-size: 13px; color: rgb(0, 0, 255);&quot;&gt;&lt;b&gt;Continued Page 2&lt;/b&gt;&lt;/font&gt;" vertex="1">
+           <mxGeometry height="57.5" width="60" x="1090" y="41.25" as="geometry" />
        </mxCell>
        <mxCell id="0vQu63eh7_hz7IOFjZfk-86" edge="1" parent="1" source="0vQu63eh7_hz7IOFjZfk-67" style="edgeStyle=orthogonalEdgeStyle;rounded=0;orthogonalLoop=1;jettySize=auto;html=1;exitX=0.5;exitY=1;exitDx=0;exitDy=0;entryX=0.448;entryY=0;entryDx=0;entryDy=0;entryPerimeter=0;fontColor=#0000CC;strokeColor=#0000FF;strokeWidth=3;" target="0vQu63eh7_hz7IOFjZfk-73">
          <mxGeometry relative="1" as="geometry">
            <Array as="points">
-               <mxPoint x="920" y="330" />
+               <mxPoint x="1070" y="187" />
+               <mxPoint x="1070" y="330" />
              <mxPoint x="235" y="330" />
            </Array>
          </mxGeometry>
        </mxCell>
        <mxCell id="0vQu63eh7_hz7IOFjZfk-4" parent="1" style="swimlane;startSize=20;horizontal=0;html=1;fillColor=#fad7ac;strokeColor=#b46504;" value="Billing /&lt;br&gt;Accounts Receivable" vertex="1">
          <mxGeometry height="230" width="1870" x="80" y="660" as="geometry">
            <mxRectangle height="30" width="500" y="310" as="alternateBounds" />
          </mxGeometry>
+         </mxCell>
+         <mxCell id="46-Umk2mzS9Czotzx1H9-12" parent="1" style="text;html=1;whiteSpace=wrap;strokeColor=none;fillColor=none;align=center;verticalAlign=middle;rounded=0;" value="&lt;b style=&quot;color: rgb(102, 204, 0);&quot;&gt;&lt;font style=&quot;font-size: 13px;&quot;&gt;Yes -&lt;br&gt;In Stock&lt;/font&gt;&lt;/b&gt;" vertex="1">
+           <mxGeometry height="30" width="80" x="480" y="460" as="geometry" />
        </mxCell>
      </root>
    </mxGraphModel>
  </diagram>
  <diagram id="ZDdy4ylPSpOC2Ge6VpiW" name="Page-2">
    <mxGraphModel dx="2066" dy="743" grid="1" gridSize="10" guides="1" tooltips="1" connect="1" arrows="1" fold="1" page="1" pageScale="1" pageWidth="1100" pageHeight="850" math="0" shadow="0">
      <root>
        <mxCell id="0" />
        <mxCell id="1" parent="0" />
        <mxCell id="_GW_QHAqRueJzuYdTQVs-1" parent="1" style="swimlane;startSize=20;horizontal=0;html=1;fillColor=#e1d5e7;strokeColor=#9673a6;" value="Warehouse Separtment" vertex="1">
          <mxGeometry height="270" width="1330" x="170" y="150" as="geometry" />
        </mxCell>
        <mxCell id="NPzT6j0T7aDQ1cg_r_by-1" edge="1" parent="_GW_QHAqRueJzuYdTQVs-1" source="_GW_QHAqRueJzuYdTQVs-14" style="edgeStyle=orthogonalEdgeStyle;rounded=0;orthogonalLoop=1;jettySize=auto;html=1;exitX=0.5;exitY=1;exitDx=0;exitDy=0;entryX=0;entryY=0.5;entryDx=0;entryDy=0;" target="JTW380UVqBL9k5zzlviH-1">
          <mxGeometry relative="1" as="geometry" />
        </mxCell>
        <mxCell id="_GW_QHAqRueJzuYdTQVs-14" parent="_GW_QHAqRueJzuYdTQVs-1" style="verticalLabelPosition=bottom;verticalAlign=top;html=1;shape=offPageConnector;rounded=0;size=0.36363636363636365;fillColor=light-dark(#e11998, #ededed);direction=north;" value="&lt;font style=&quot;font-size: 13px;&quot;&gt;&lt;b&gt;Continued Page 2&lt;/b&gt;&lt;/font&gt;" vertex="1">
          <mxGeometry height="60" width="70" x="70" y="70" as="geometry" />
        </mxCell>
        <mxCell id="JTW380UVqBL9k5zzlviH-1" parent="_GW_QHAqRueJzuYdTQVs-1" style="html=1;dashed=0;whiteSpace=wrap;fillColor=#f8cecc;gradientColor=#ea6b66;strokeColor=#b85450;" value="&lt;font style=&quot;font-size: 13px;&quot;&gt;&lt;b&gt;Goods Dispatched to Customer&lt;/b&gt;&lt;/font&gt;" vertex="1">
          <mxGeometry height="50" width="100" x="220" y="75" as="geometry" />
        </mxCell>
        <mxCell id="VSqCA1LAcqbEIX1a-AIG-1" parent="1" style="swimlane;startSize=20;horizontal=0;html=1;whiteSpace=wrap;fillColor=#ffcc99;strokeColor=#36393d;" value="&lt;span style=&quot;text-wrap-mode: nowrap;&quot;&gt;Billing /&lt;/span&gt;&lt;br style=&quot;text-wrap-mode: nowrap;&quot;&gt;&lt;span style=&quot;text-wrap-mode: nowrap;&quot;&gt;Accounts Receivable&lt;/span&gt;" vertex="1">
          <mxGeometry height="170" width="1330" x="170" y="420" as="geometry" />
        </mxCell>
        <mxCell id="2IOCe_ZcG10jMQKezpJ2-1" parent="VSqCA1LAcqbEIX1a-AIG-1" style="html=1;dashed=0;whiteSpace=wrap;strokeWidth=2;fillColor=#f8cecc;gradientColor=#ea6b66;strokeColor=#b85450;" value="&lt;b&gt;&lt;font style=&quot;font-size: 13px;&quot;&gt;Dispatch Confirmation Received&lt;/font&gt;&lt;/b&gt;" vertex="1">
          <mxGeometry height="50" width="100" x="50" y="50" as="geometry" />
        </mxCell>
        <mxCell id="2IOCe_ZcG10jMQKezpJ2-2" parent="VSqCA1LAcqbEIX1a-AIG-1" style="shape=document;whiteSpace=wrap;html=1;boundedLbl=1;fillColor=#ffff88;strokeColor=#36393d;strokeWidth=2;" value="&lt;font style=&quot;font-size: 13px;&quot;&gt;&lt;b&gt;Invoice Generated &amp;amp; Sent to Customer&lt;/b&gt;&lt;/font&gt;" vertex="1">
          <mxGeometry height="80" width="120" x="220" y="40" as="geometry" />
        </mxCell>
        <mxCell id="dAGMuh-EUK1Y8pTE6-PC-1" edge="1" parent="VSqCA1LAcqbEIX1a-AIG-1" source="2IOCe_ZcG10jMQKezpJ2-1" style="edgeStyle=orthogonalEdgeStyle;rounded=0;orthogonalLoop=1;jettySize=auto;html=1;exitX=1;exitY=0.5;exitDx=0;exitDy=0;entryX=0.083;entryY=0.438;entryDx=0;entryDy=0;entryPerimeter=0;" target="2IOCe_ZcG10jMQKezpJ2-2">
          <mxGeometry relative="1" as="geometry" />
        </mxCell>
        <mxCell id="NPzT6j0T7aDQ1cg_r_by-2" edge="1" parent="VSqCA1LAcqbEIX1a-AIG-1" source="dAGMuh-EUK1Y8pTE6-PC-2" style="edgeStyle=orthogonalEdgeStyle;rounded=0;orthogonalLoop=1;jettySize=auto;html=1;exitX=1;exitY=0.5;exitDx=0;exitDy=0;entryX=0;entryY=0.5;entryDx=0;entryDy=0;" target="dAGMuh-EUK1Y8pTE6-PC-4">
          <mxGeometry relative="1" as="geometry" />
        </mxCell>
        <mxCell id="dAGMuh-EUK1Y8pTE6-PC-2" parent="VSqCA1LAcqbEIX1a-AIG-1" style="html=1;dashed=0;whiteSpace=wrap;strokeWidth=2;fillColor=#f8cecc;gradientColor=#ea6b66;strokeColor=#b85450;" value="&lt;b&gt;&lt;font style=&quot;font-size: 13px;&quot;&gt;Payment Received from Customer&lt;/font&gt;&lt;/b&gt;" vertex="1">
          <mxGeometry height="50" width="110" x="420" y="50" as="geometry" />
        </mxCell>
        <mxCell id="dAGMuh-EUK1Y8pTE6-PC-3" edge="1" parent="VSqCA1LAcqbEIX1a-AIG-1" source="2IOCe_ZcG10jMQKezpJ2-2" style="edgeStyle=orthogonalEdgeStyle;rounded=0;orthogonalLoop=1;jettySize=auto;html=1;exitX=1;exitY=0.5;exitDx=0;exitDy=0;entryX=0.1;entryY=0.6;entryDx=0;entryDy=0;entryPerimeter=0;" target="dAGMuh-EUK1Y8pTE6-PC-2">
          <mxGeometry relative="1" as="geometry" />
        </mxCell>
        <mxCell id="NPzT6j0T7aDQ1cg_r_by-4" edge="1" parent="VSqCA1LAcqbEIX1a-AIG-1" source="dAGMuh-EUK1Y8pTE6-PC-4" style="edgeStyle=orthogonalEdgeStyle;rounded=0;orthogonalLoop=1;jettySize=auto;html=1;exitX=1;exitY=0.5;exitDx=0;exitDy=0;entryX=0;entryY=0.5;entryDx=0;entryDy=0;" target="dAGMuh-EUK1Y8pTE6-PC-6">
          <mxGeometry relative="1" as="geometry" />
        </mxCell>
        <mxCell id="dAGMuh-EUK1Y8pTE6-PC-4" parent="VSqCA1LAcqbEIX1a-AIG-1" style="shape=document;whiteSpace=wrap;html=1;boundedLbl=1;fillColor=#ffff88;strokeColor=#36393d;strokeWidth=2;" value="&lt;font style=&quot;font-size: 13px;&quot;&gt;&lt;b&gt;Remittance Advice Recorded&lt;/b&gt;&lt;/font&gt;" vertex="1">
          <mxGeometry height="75" width="110" x="610" y="37.5" as="geometry" />
        </mxCell>
        <mxCell id="dAGMuh-EUK1Y8pTE6-PC-6" parent="VSqCA1LAcqbEIX1a-AIG-1" style="html=1;dashed=0;whiteSpace=wrap;strokeWidth=2;fillColor=#f8cecc;gradientColor=#ea6b66;strokeColor=#b85450;" value="&lt;b&gt;&lt;font style=&quot;font-size: 13px;&quot;&gt;Cash Posted to Accounts Receivable&lt;/font&gt;&lt;/b&gt;" vertex="1">
          <mxGeometry height="50" width="110" x="800" y="50" as="geometry" />
        </mxCell>
        <mxCell id="dAGMuh-EUK1Y8pTE6-PC-8" parent="VSqCA1LAcqbEIX1a-AIG-1" style="strokeWidth=2;html=1;shape=mxgraph.flowchart.terminator;whiteSpace=wrap;fillColor=#d5e8d4;gradientColor=#97d077;strokeColor=#82b366;" value="&lt;font style=&quot;font-size: 13px;&quot;&gt;&lt;b&gt;END&lt;/b&gt;&lt;/font&gt;" vertex="1">
          <mxGeometry height="45" width="90" x="980" y="50" as="geometry" />
        </mxCell>
        <mxCell id="dAGMuh-EUK1Y8pTE6-PC-9" edge="1" parent="VSqCA1LAcqbEIX1a-AIG-1" source="dAGMuh-EUK1Y8pTE6-PC-6" style="edgeStyle=orthogonalEdgeStyle;rounded=0;orthogonalLoop=1;jettySize=auto;html=1;exitX=1;exitY=0.5;exitDx=0;exitDy=0;entryX=0.111;entryY=0.556;entryDx=0;entryDy=0;entryPerimeter=0;" target="dAGMuh-EUK1Y8pTE6-PC-8">
          <mxGeometry relative="1" as="geometry" />
        </mxCell>
        <mxCell id="dAGMuh-EUK1Y8pTE6-PC-10" edge="1" parent="1" source="JTW380UVqBL9k5zzlviH-1" style="edgeStyle=orthogonalEdgeStyle;rounded=0;orthogonalLoop=1;jettySize=auto;html=1;exitX=0.5;exitY=1;exitDx=0;exitDy=0;entryX=0.5;entryY=0;entryDx=0;entryDy=0;strokeColor=#0000FF;strokeWidth=3;" target="2IOCe_ZcG10jMQKezpJ2-1">
          <mxGeometry relative="1" as="geometry" />
        </mxCell>
      </root>
    </mxGraphModel>
  </diagram>
</mxfile>
